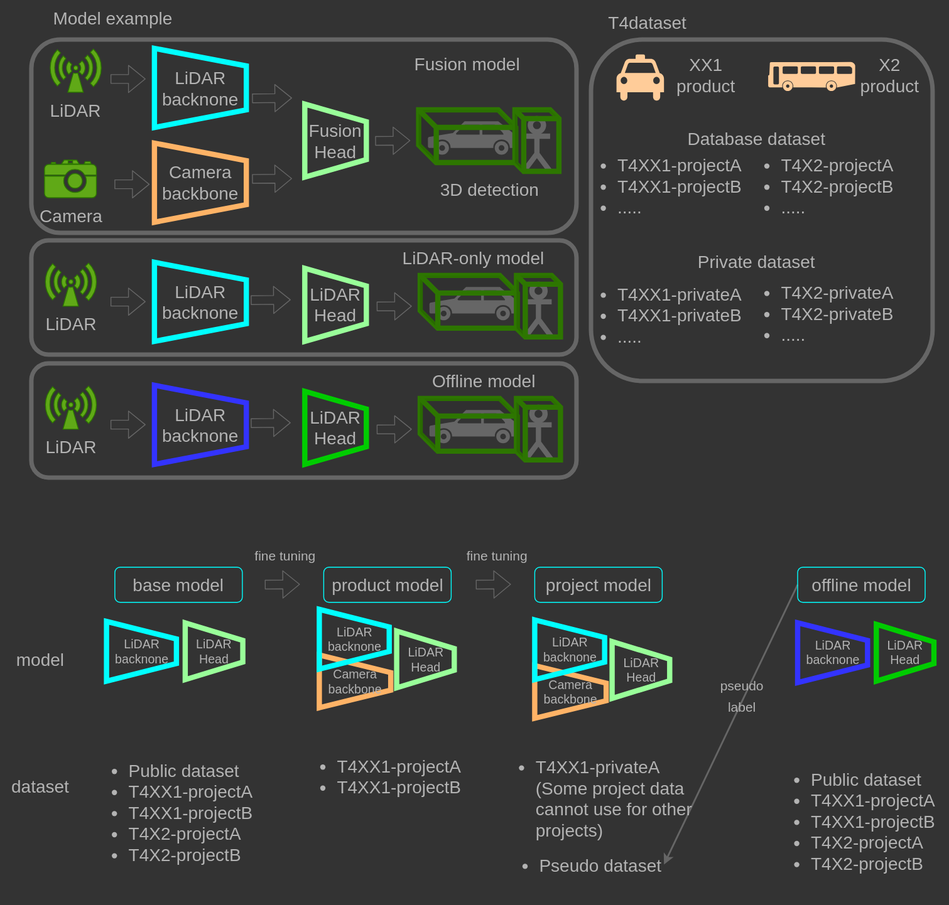
tier4/AWML keeps this draw.io diagram as docs/fig/model_pipeline.drawio.svg. Above is the earlier version. Source tidied: cells renumbered, new cells last; positions are measured from the earlier drawing's top-left corner, leaving out a move shared by most shapes.
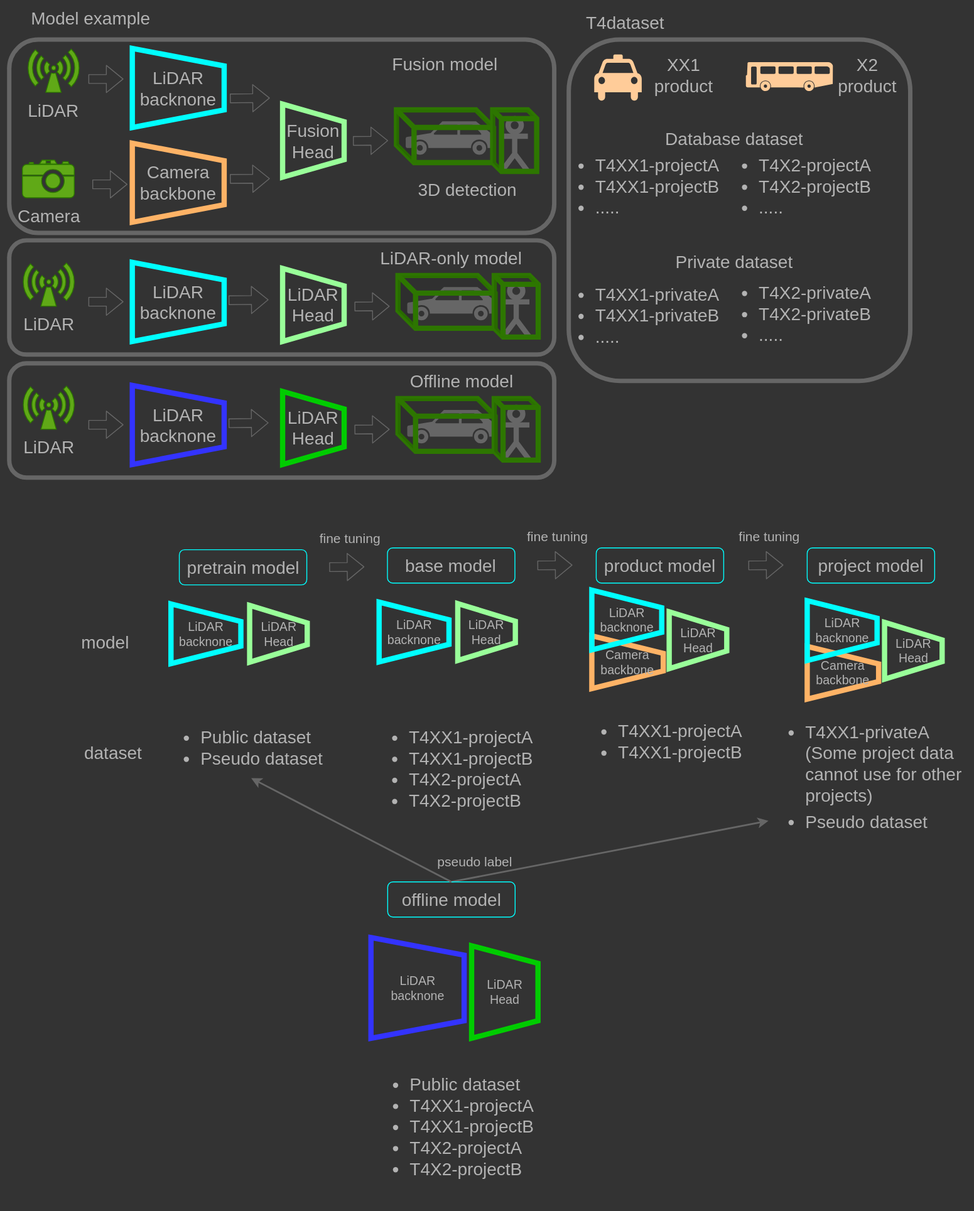
After the commit.

Change to the diagram source:
```diff
@@ -9,19 +9,19 @@
       <mxGeometry x="35" y="44.5" width="620" height="220" as="geometry" />
     </mxCell>
     <mxCell id="4" value="&lt;font style=&quot;font-size: 20px;&quot;&gt;base model&lt;/font&gt;" style="rounded=1;whiteSpace=wrap;html=1;strokeColor=#00FFFF;fillColor=none;fontColor=#B3B3B3;" parent="1" vertex="1">
-      <mxGeometry x="130" y="645" width="145" height="40" as="geometry" />
+      <mxGeometry x="465.2" y="623" width="145" height="40" as="geometry" />
     </mxCell>
     <mxCell id="5" style="shape=flexArrow;endArrow=classic;html=1;fontSize=20;fontColor=#B3B3B3;strokeColor=#666666;" parent="1" edge="1">
       <mxGeometry relative="1" as="geometry">
-        <mxPoint x="300.5" y="664.8" as="sourcePoint" />
-        <mxPoint x="340.5" y="664.5" as="targetPoint" />
+        <mxPoint x="635.8" y="642.8" as="sourcePoint" />
+        <mxPoint x="675.8" y="642.5" as="targetPoint" />
       </mxGeometry>
     </mxCell>
-    <mxCell id="6" value="&lt;ul&gt;&lt;li&gt;&lt;span style=&quot;background-color: initial;&quot;&gt;Public dataset&lt;/span&gt;&lt;/li&gt;&lt;li&gt;&lt;span style=&quot;background-color: initial;&quot;&gt;T4XX1-projectA&lt;/span&gt;&lt;/li&gt;&lt;li&gt;&lt;span style=&quot;background-color: initial;&quot;&gt;T4XX1-projectB&lt;/span&gt;&lt;/li&gt;&lt;li&gt;&lt;span style=&quot;background-color: initial;&quot;&gt;T4X2-projectA&lt;/span&gt;&lt;/li&gt;&lt;li&gt;&lt;span style=&quot;background-color: initial;&quot;&gt;T4X2-projectB&lt;/span&gt;&lt;/li&gt;&lt;/ul&gt;" style="text;html=1;strokeColor=none;fillColor=none;align=left;verticalAlign=middle;whiteSpace=wrap;rounded=0;fontSize=20;fontColor=#B3B3B3;" parent="1" vertex="1">
-      <mxGeometry x="103.8" y="853" width="197.5" height="141" as="geometry" />
+    <mxCell id="6" value="&lt;ul&gt;&lt;li&gt;&lt;span style=&quot;background-color: initial;&quot;&gt;T4XX1-projectA&lt;/span&gt;&lt;br&gt;&lt;/li&gt;&lt;li&gt;&lt;span style=&quot;background-color: initial;&quot;&gt;T4XX1-projectB&lt;/span&gt;&lt;/li&gt;&lt;li&gt;&lt;span style=&quot;background-color: initial;&quot;&gt;T4X2-projectA&lt;/span&gt;&lt;/li&gt;&lt;li&gt;&lt;span style=&quot;background-color: initial;&quot;&gt;T4X2-projectB&lt;/span&gt;&lt;/li&gt;&lt;/ul&gt;" style="text;html=1;strokeColor=none;fillColor=none;align=left;verticalAlign=middle;whiteSpace=wrap;rounded=0;fontSize=20;fontColor=#B3B3B3;" parent="1" vertex="1">
+      <mxGeometry x="448.2" y="813" width="197.5" height="122" as="geometry" />
     </mxCell>
     <mxCell id="7" value="&lt;span style=&quot;font-size: 15px;&quot;&gt;fine tuning&lt;/span&gt;" style="text;html=1;strokeColor=none;fillColor=none;align=center;verticalAlign=middle;whiteSpace=wrap;rounded=0;fontSize=20;fontColor=#B3B3B3;" parent="1" vertex="1">
-      <mxGeometry x="275" y="615" width="97.5" height="30" as="geometry" />
+      <mxGeometry x="610.2" y="593" width="97.5" height="30" as="geometry" />
     </mxCell>
     <mxCell id="8" value="XX1&lt;br&gt;product" style="text;html=1;strokeColor=none;fillColor=none;align=center;verticalAlign=middle;whiteSpace=wrap;rounded=0;fontSize=20;fontColor=#B3B3B3;" parent="1" vertex="1">
       <mxGeometry x="752.5" y="70.1" width="99" height="30" as="geometry" />
@@ -36,7 +36,7 @@
       <mxGeometry x="873" y="70" width="99" height="33" as="geometry" />
     </mxCell>
     <mxCell id="12" value="&lt;font style=&quot;font-size: 20px;&quot;&gt;product model&lt;/font&gt;" style="rounded=1;whiteSpace=wrap;html=1;strokeColor=#00FFFF;fillColor=none;fontColor=#B3B3B3;" parent="1" vertex="1">
-      <mxGeometry x="367.5" y="645" width="145" height="40" as="geometry" />
+      <mxGeometry x="702.8" y="623" width="145" height="40" as="geometry" />
     </mxCell>
     <mxCell id="13" value="&lt;span style=&quot;background-color: initial;&quot;&gt;T4dataset&lt;/span&gt;" style="text;html=1;strokeColor=none;fillColor=none;align=center;verticalAlign=middle;whiteSpace=wrap;rounded=0;fontSize=20;fontColor=#B3B3B3;" parent="1" vertex="1">
       <mxGeometry x="670.5" y="4.6" width="129.5" height="40" as="geometry" />
@@ -111,43 +111,37 @@
       </mxGeometry>
     </mxCell>
     <mxCell id="32" value="&lt;font style=&quot;font-size: 14px;&quot;&gt;LiDAR&lt;br&gt;backnone&lt;/font&gt;" style="shape=trapezoid;perimeter=trapezoidPerimeter;whiteSpace=wrap;html=1;fixedSize=1;rotation=0;fillColor=none;fontColor=#B3B3B3;strokeColor=#00FFFF;strokeWidth=6;direction=south;" parent="1" vertex="1">
-      <mxGeometry x="120.5" y="706.7" width="79.5" height="68" as="geometry" />
+      <mxGeometry x="455.8" y="684.7" width="79.5" height="68" as="geometry" />
     </mxCell>
     <mxCell id="33" value="&lt;span style=&quot;font-size: 14px;&quot;&gt;LiDAR&lt;br&gt;Head&lt;/span&gt;" style="shape=trapezoid;perimeter=trapezoidPerimeter;whiteSpace=wrap;html=1;fixedSize=1;rotation=0;fillColor=none;fontColor=#B3B3B3;strokeColor=#99FF99;strokeWidth=6;direction=south;" parent="1" vertex="1">
-      <mxGeometry x="210" y="708.4" width="65.5" height="64.6" as="geometry" />
+      <mxGeometry x="545.2" y="686.4" width="65.5" height="64.6" as="geometry" />
     </mxCell>
-    <mxCell id="34" value="&lt;font style=&quot;font-size: 20px&quot;&gt;model&lt;br&gt;&lt;/font&gt;" style="text;html=1;align=center;verticalAlign=middle;fontColor=#B3B3B3;" parent="1" vertex="1">
-      <mxGeometry x="5" y="730" width="80" height="40" as="geometry" />
-    </mxCell>
-    <mxCell id="35" value="&lt;font style=&quot;font-size: 20px&quot;&gt;dataset&lt;br&gt;&lt;/font&gt;" style="text;html=1;align=center;verticalAlign=middle;fontColor=#B3B3B3;" parent="1" vertex="1">
-      <mxGeometry y="874" width="90" height="40" as="geometry" />
-    </mxCell>
     <mxCell id="36" style="shape=flexArrow;endArrow=classic;html=1;fontSize=20;fontColor=#B3B3B3;strokeColor=#666666;" parent="1" edge="1">
       <mxGeometry relative="1" as="geometry">
-        <mxPoint x="540.5" y="664.8" as="sourcePoint" />
-        <mxPoint x="580.5" y="664.5" as="targetPoint" />
+        <mxPoint x="875.8" y="642.8" as="sourcePoint" />
+        <mxPoint x="915.8" y="642.5" as="targetPoint" />
       </mxGeometry>
     </mxCell>
     <mxCell id="37" value="&lt;font style=&quot;font-size: 20px;&quot;&gt;project model&lt;/font&gt;" style="rounded=1;whiteSpace=wrap;html=1;strokeColor=#00FFFF;fillColor=none;fontColor=#B3B3B3;" parent="1" vertex="1">
-      <mxGeometry x="607.5" y="645" width="145" height="40" as="geometry" />
+      <mxGeometry x="942.8" y="623" width="145" height="40" as="geometry" />
     </mxCell>
     <mxCell id="38" value="&lt;span style=&quot;font-size: 15px;&quot;&gt;fine tuning&lt;/span&gt;" style="text;html=1;strokeColor=none;fillColor=none;align=center;verticalAlign=middle;whiteSpace=wrap;rounded=0;fontSize=20;fontColor=#B3B3B3;" parent="1" vertex="1">
-      <mxGeometry x="516" y="615" width="97.5" height="30" as="geometry" />
+      <mxGeometry x="851.2" y="593" width="97.5" height="30" as="geometry" />
     </mxCell>
-    <mxCell id="39" style="edgeStyle=none;html=1;exitX=0;exitY=0.5;exitDx=0;exitDy=0;entryX=1;entryY=0.5;entryDx=0;entryDy=0;fontSize=20;fontColor=#B3B3B3;strokeColor=#666666;strokeWidth=2;" parent="1" edge="1" source="40" target="41">
+    <mxCell id="39" style="edgeStyle=none;html=1;exitX=0.5;exitY=0;exitDx=0;exitDy=0;entryX=0;entryY=0.5;entryDx=0;entryDy=0;fontSize=20;fontColor=#B3B3B3;strokeColor=#666666;strokeWidth=2;" parent="1" edge="1" source="40" target="41">
       <mxGeometry relative="1" as="geometry" />
     </mxCell>
     <mxCell id="40" value="&lt;font style=&quot;font-size: 20px;&quot;&gt;offline model&lt;/font&gt;" style="rounded=1;whiteSpace=wrap;html=1;strokeColor=#00FFFF;fillColor=none;fontColor=#B3B3B3;" parent="1" vertex="1">
-      <mxGeometry x="906.5" y="645" width="145" height="40" as="geometry" />
+      <mxGeometry x="465.5" y="1003" width="145" height="40" as="geometry" />
     </mxCell>
     <mxCell id="41" value="&lt;ul&gt;&lt;li&gt;&lt;span style=&quot;background-color: initial;&quot;&gt;Pseudo dataset&lt;/span&gt;&lt;/li&gt;&lt;/ul&gt;" style="text;html=1;strokeColor=none;fillColor=none;align=left;verticalAlign=middle;whiteSpace=wrap;rounded=0;fontSize=20;fontColor=#B3B3B3;" parent="1" vertex="1">
-      <mxGeometry x="571.2" y="963" width="183.2" height="41" as="geometry" />
+      <mxGeometry x="898.6" y="913" width="183.2" height="41" as="geometry" />
     </mxCell>
     <mxCell id="42" value="&lt;span style=&quot;font-size: 15px;&quot;&gt;pseudo label&lt;/span&gt;" style="text;html=1;strokeColor=none;fillColor=none;align=center;verticalAlign=middle;whiteSpace=wrap;rounded=0;fontSize=20;fontColor=#B3B3B3;" parent="1" vertex="1">
-      <mxGeometry x="810" y="775" width="67" height="30" as="geometry" />
+      <mxGeometry x="502" y="963" width="126" height="30" as="geometry" />
     </mxCell>
     <mxCell id="43" value="&lt;ul&gt;&lt;li&gt;&lt;span style=&quot;background-color: initial;&quot;&gt;T4XX1-privateA&lt;br&gt;(Some project data cannot use for other projects)&amp;nbsp;&lt;/span&gt;&lt;/li&gt;&lt;/ul&gt;" style="text;html=1;strokeColor=none;fillColor=none;align=left;verticalAlign=middle;whiteSpace=wrap;rounded=0;fontSize=20;fontColor=#B3B3B3;" parent="1" vertex="1">
-      <mxGeometry x="566.8" y="853" width="233.2" height="110" as="geometry" />
+      <mxGeometry x="898.6" y="813" width="233.2" height="110" as="geometry" />
     </mxCell>
     <mxCell id="44" style="rounded=1;whiteSpace=wrap;html=1;fontSize=20;fontColor=#B3B3B3;fillColor=none;strokeColor=#666666;strokeWidth=5;" parent="1" vertex="1">
       <mxGeometry x="35" y="273" width="620" height="130" as="geometry" />
@@ -198,22 +192,22 @@
       <mxGeometry x="428" y="51.6" width="205.5" height="40" as="geometry" />
     </mxCell>
     <mxCell id="57" value="&lt;font style=&quot;font-size: 14px;&quot;&gt;Camera&lt;br&gt;backbone&lt;/font&gt;" style="shape=trapezoid;perimeter=trapezoidPerimeter;whiteSpace=wrap;html=1;fixedSize=1;rotation=0;fillColor=none;fontColor=#B3B3B3;strokeColor=#FFB366;strokeWidth=6;direction=south;" parent="1" vertex="1">
-      <mxGeometry x="362.5" y="745" width="81.2" height="60" as="geometry" />
+      <mxGeometry x="697.8" y="723" width="81.2" height="60" as="geometry" />
     </mxCell>
     <mxCell id="58" value="&lt;font style=&quot;font-size: 14px;&quot;&gt;LiDAR&lt;br&gt;backnone&lt;/font&gt;" style="shape=trapezoid;perimeter=trapezoidPerimeter;whiteSpace=wrap;html=1;fixedSize=1;rotation=0;fillColor=none;fontColor=#B3B3B3;strokeColor=#00FFFF;strokeWidth=6;direction=south;" parent="1" vertex="1">
-      <mxGeometry x="362.5" y="693" width="79.5" height="68" as="geometry" />
+      <mxGeometry x="697.8" y="671" width="79.5" height="68" as="geometry" />
     </mxCell>
     <mxCell id="59" value="&lt;span style=&quot;font-size: 14px;&quot;&gt;LiDAR&lt;br&gt;Head&lt;/span&gt;" style="shape=trapezoid;perimeter=trapezoidPerimeter;whiteSpace=wrap;html=1;fixedSize=1;rotation=0;fillColor=none;fontColor=#B3B3B3;strokeColor=#99FF99;strokeWidth=6;direction=south;" parent="1" vertex="1">
-      <mxGeometry x="450.5" y="717.7" width="65.5" height="64.6" as="geometry" />
+      <mxGeometry x="785.8" y="695.7" width="65.5" height="64.6" as="geometry" />
     </mxCell>
     <mxCell id="60" value="&lt;font style=&quot;font-size: 14px;&quot;&gt;Camera&lt;br&gt;backbone&lt;/font&gt;" style="shape=trapezoid;perimeter=trapezoidPerimeter;whiteSpace=wrap;html=1;fixedSize=1;rotation=0;fillColor=none;fontColor=#B3B3B3;strokeColor=#FFB366;strokeWidth=6;direction=south;" parent="1" vertex="1">
-      <mxGeometry x="607.5" y="757" width="81.2" height="60" as="geometry" />
+      <mxGeometry x="942.8" y="735" width="81.2" height="60" as="geometry" />
     </mxCell>
     <mxCell id="61" value="&lt;font style=&quot;font-size: 14px;&quot;&gt;LiDAR&lt;br&gt;backnone&lt;/font&gt;" style="shape=trapezoid;perimeter=trapezoidPerimeter;whiteSpace=wrap;html=1;fixedSize=1;rotation=0;fillColor=none;fontColor=#B3B3B3;strokeColor=#00FFFF;strokeWidth=6;direction=south;" parent="1" vertex="1">
-      <mxGeometry x="607.5" y="705" width="79.5" height="68" as="geometry" />
+      <mxGeometry x="942.8" y="683" width="79.5" height="68" as="geometry" />
     </mxCell>
     <mxCell id="62" value="&lt;span style=&quot;font-size: 14px;&quot;&gt;LiDAR&lt;br&gt;Head&lt;/span&gt;" style="shape=trapezoid;perimeter=trapezoidPerimeter;whiteSpace=wrap;html=1;fixedSize=1;rotation=0;fillColor=none;fontColor=#B3B3B3;strokeColor=#99FF99;strokeWidth=6;direction=south;" parent="1" vertex="1">
-      <mxGeometry x="695.5" y="729.7" width="65.5" height="64.6" as="geometry" />
+      <mxGeometry x="1030.8" y="707.7" width="65.5" height="64.6" as="geometry" />
     </mxCell>
     <mxCell id="63" style="rounded=1;whiteSpace=wrap;html=1;fontSize=20;fontColor=#B3B3B3;fillColor=none;strokeColor=#666666;strokeWidth=5;" parent="1" vertex="1">
       <mxGeometry x="35" y="413" width="620" height="130" as="geometry" />
@@ -267,10 +261,10 @@
       <mxGeometry x="446.5" y="413" width="205.5" height="40" as="geometry" />
     </mxCell>
     <mxCell id="77" value="&lt;font style=&quot;font-size: 14px;&quot;&gt;LiDAR&lt;br&gt;backnone&lt;/font&gt;" style="shape=trapezoid;perimeter=trapezoidPerimeter;whiteSpace=wrap;html=1;fixedSize=1;rotation=0;fillColor=none;fontColor=#B3B3B3;strokeColor=#3333FF;strokeWidth=6;direction=south;" parent="1" vertex="1">
-      <mxGeometry x="906.5" y="708.4" width="79.5" height="68" as="geometry" />
+      <mxGeometry x="446.5" y="1066.4" width="106" height="114.6" as="geometry" />
     </mxCell>
     <mxCell id="78" value="&lt;span style=&quot;font-size: 14px;&quot;&gt;LiDAR&lt;br&gt;Head&lt;/span&gt;" style="shape=trapezoid;perimeter=trapezoidPerimeter;whiteSpace=wrap;html=1;fixedSize=1;rotation=0;fillColor=none;fontColor=#B3B3B3;strokeColor=#00CC00;strokeWidth=6;direction=south;" parent="1" vertex="1">
-      <mxGeometry x="996" y="710.1" width="65.5" height="64.6" as="geometry" />
+      <mxGeometry x="561" y="1075.7" width="75.5" height="105.3" as="geometry" />
     </mxCell>
     <mxCell id="79" value="&lt;ul&gt;&lt;li&gt;&lt;span style=&quot;background-color: initial;&quot;&gt;T4XX1-projectA&lt;/span&gt;&lt;/li&gt;&lt;li&gt;&lt;span style=&quot;background-color: initial;&quot;&gt;T4XX1-projectB&lt;/span&gt;&lt;/li&gt;&lt;li&gt;&lt;span style=&quot;background-color: initial;&quot;&gt;&amp;nbsp; &amp;nbsp; &amp;nbsp; &amp;nbsp; &amp;nbsp;.....&lt;/span&gt;&lt;/li&gt;&lt;/ul&gt;" style="text;html=1;strokeColor=none;fillColor=none;align=left;verticalAlign=middle;whiteSpace=wrap;rounded=0;fontSize=20;fontColor=#B3B3B3;" parent="1" vertex="1">
       <mxGeometry x="660" y="156" width="200" height="110" as="geometry" />
@@ -291,10 +285,40 @@
       <mxGeometry x="770" y="273" width="180" height="47.9" as="geometry" />
     </mxCell>
     <mxCell id="85" value="&lt;ul&gt;&lt;li&gt;&lt;span style=&quot;background-color: initial;&quot;&gt;T4XX1-projectA&lt;/span&gt;&lt;br&gt;&lt;/li&gt;&lt;li&gt;&lt;span style=&quot;background-color: initial;&quot;&gt;T4XX1-projectB&lt;/span&gt;&lt;/li&gt;&lt;/ul&gt;" style="text;html=1;strokeColor=none;fillColor=none;align=left;verticalAlign=middle;whiteSpace=wrap;rounded=0;fontSize=20;fontColor=#B3B3B3;" parent="1" vertex="1">
-      <mxGeometry x="341.2" y="853" width="197.5" height="60" as="geometry" />
+      <mxGeometry x="685.8" y="813" width="197.5" height="60" as="geometry" />
     </mxCell>
     <mxCell id="86" value="&lt;ul&gt;&lt;li&gt;&lt;span style=&quot;background-color: initial;&quot;&gt;Public dataset&lt;/span&gt;&lt;/li&gt;&lt;li&gt;&lt;span style=&quot;background-color: initial;&quot;&gt;T4XX1-projectA&lt;/span&gt;&lt;/li&gt;&lt;li&gt;&lt;span style=&quot;background-color: initial;&quot;&gt;T4XX1-projectB&lt;/span&gt;&lt;/li&gt;&lt;li&gt;&lt;span style=&quot;background-color: initial;&quot;&gt;T4X2-projectA&lt;/span&gt;&lt;/li&gt;&lt;li&gt;&lt;span style=&quot;background-color: initial;&quot;&gt;T4X2-projectB&lt;/span&gt;&lt;/li&gt;&lt;/ul&gt;" style="text;html=1;strokeColor=none;fillColor=none;align=left;verticalAlign=middle;whiteSpace=wrap;rounded=0;fontSize=20;fontColor=#B3B3B3;" parent="1" vertex="1">
-      <mxGeometry x="880" y="863" width="197.5" height="141" as="geometry" />
+      <mxGeometry x="449" y="1211" width="197.5" height="141" as="geometry" />
     </mxCell>
+    <mxCell id="87" style="edgeStyle=none;html=1;exitX=0.5;exitY=0;exitDx=0;exitDy=0;fontSize=20;fontColor=#B3B3B3;strokeColor=#666666;strokeWidth=2;entryX=0.5;entryY=1;entryDx=0;entryDy=0;" parent="1" edge="1" source="40" target="90">
+      <mxGeometry relative="1" as="geometry" />
+    </mxCell>
+    <mxCell id="88" value="&lt;font style=&quot;font-size: 20px;&quot;&gt;pretrain model&lt;/font&gt;" style="rounded=1;whiteSpace=wrap;html=1;strokeColor=#00FFFF;fillColor=none;fontColor=#B3B3B3;" parent="1" vertex="1">
+      <mxGeometry x="228.5" y="625" width="145" height="40" as="geometry" />
+    </mxCell>
+    <mxCell id="89" style="shape=flexArrow;endArrow=classic;html=1;fontSize=20;fontColor=#B3B3B3;strokeColor=#666666;" parent="1" edge="1">
+      <mxGeometry relative="1" as="geometry">
+        <mxPoint x="399" y="644.8" as="sourcePoint" />
+        <mxPoint x="439" y="644.5" as="targetPoint" />
+      </mxGeometry>
+    </mxCell>
+    <mxCell id="90" value="&lt;ul&gt;&lt;li&gt;&lt;span style=&quot;background-color: initial;&quot;&gt;Public dataset&lt;/span&gt;&lt;/li&gt;&lt;li&gt;&lt;span style=&quot;background-color: initial;&quot;&gt;Pseudo dataset&lt;/span&gt;&lt;br&gt;&lt;/li&gt;&lt;/ul&gt;" style="text;html=1;strokeColor=none;fillColor=none;align=left;verticalAlign=middle;whiteSpace=wrap;rounded=0;fontSize=20;fontColor=#B3B3B3;" parent="1" vertex="1">
+      <mxGeometry x="211.5" y="815" width="197.5" height="70" as="geometry" />
+    </mxCell>
+    <mxCell id="91" value="&lt;font style=&quot;font-size: 14px;&quot;&gt;LiDAR&lt;br&gt;backnone&lt;/font&gt;" style="shape=trapezoid;perimeter=trapezoidPerimeter;whiteSpace=wrap;html=1;fixedSize=1;rotation=0;fillColor=none;fontColor=#B3B3B3;strokeColor=#00FFFF;strokeWidth=6;direction=south;" parent="1" vertex="1">
+      <mxGeometry x="219" y="686.7" width="79.5" height="68" as="geometry" />
+    </mxCell>
+    <mxCell id="92" value="&lt;span style=&quot;font-size: 14px;&quot;&gt;LiDAR&lt;br&gt;Head&lt;/span&gt;" style="shape=trapezoid;perimeter=trapezoidPerimeter;whiteSpace=wrap;html=1;fixedSize=1;rotation=0;fillColor=none;fontColor=#B3B3B3;strokeColor=#99FF99;strokeWidth=6;direction=south;" parent="1" vertex="1">
+      <mxGeometry x="308.5" y="688.4" width="65.5" height="64.6" as="geometry" />
+    </mxCell>
+    <mxCell id="34" value="&lt;font style=&quot;font-size: 20px&quot;&gt;model&lt;br&gt;&lt;/font&gt;" style="text;html=1;align=center;verticalAlign=middle;fontColor=#B3B3B3;" parent="1" vertex="1">
+      <mxGeometry x="103.5" y="710" width="80" height="40" as="geometry" />
+    </mxCell>
+    <mxCell id="35" value="&lt;font style=&quot;font-size: 20px&quot;&gt;dataset&lt;br&gt;&lt;/font&gt;" style="text;html=1;align=center;verticalAlign=middle;fontColor=#B3B3B3;" parent="1" vertex="1">
+      <mxGeometry x="107.8" y="836" width="90" height="40" as="geometry" />
+    </mxCell>
+    <mxCell id="93" value="&lt;span style=&quot;font-size: 15px;&quot;&gt;fine tuning&lt;/span&gt;" style="text;html=1;strokeColor=none;fillColor=none;align=center;verticalAlign=middle;whiteSpace=wrap;rounded=0;fontSize=20;fontColor=#B3B3B3;" parent="1" vertex="1">
+      <mxGeometry x="374" y="595" width="97.5" height="30" as="geometry" />
+    </mxCell>
   </root>
 </mxGraphModel>
```
